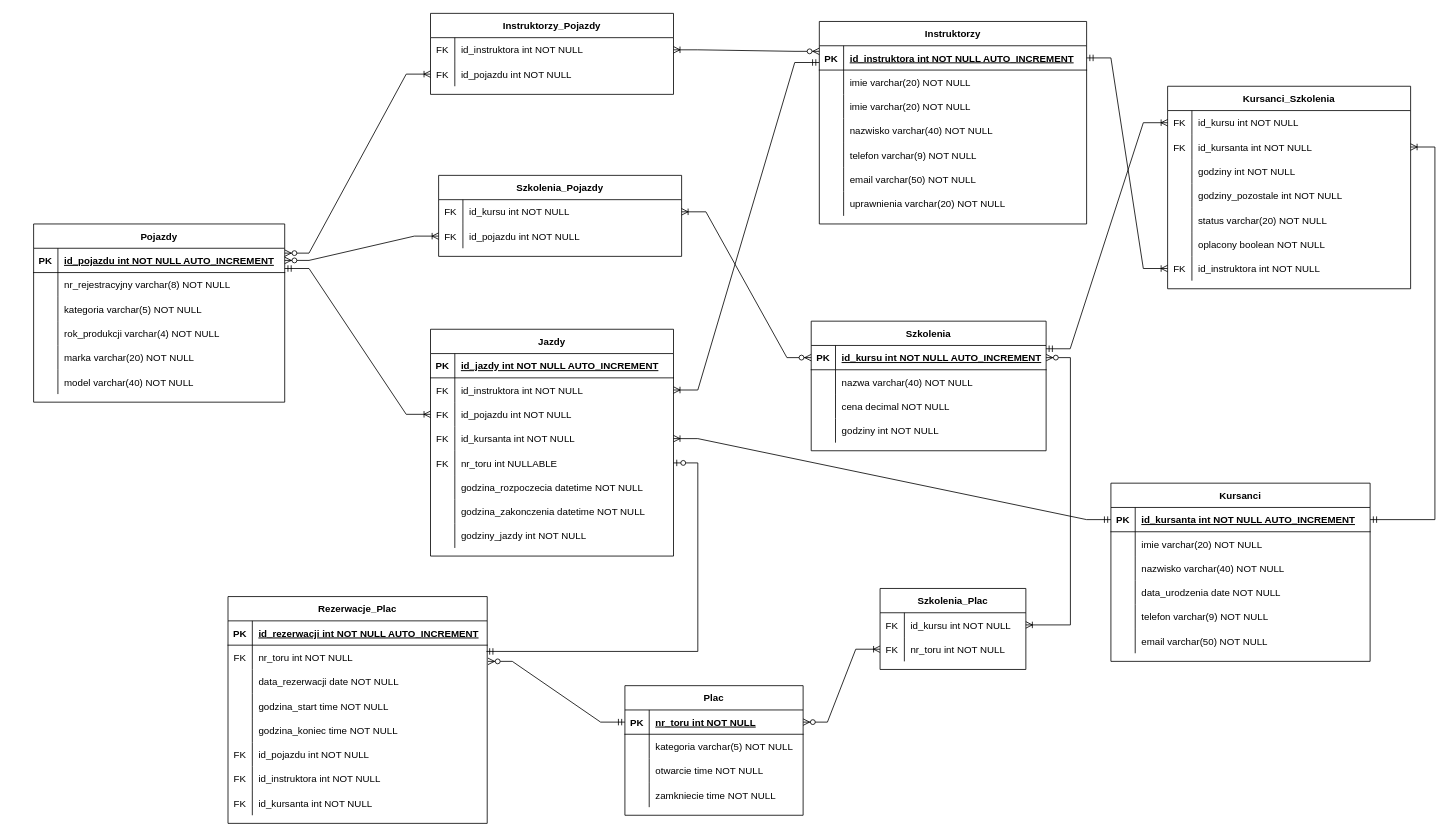
g0rzki/bd-osk keeps this draw.io diagram as OSK.drawio. Above is the earlier version. Source tidied: cells renumbered, new cells numbered last; positions are measured from the earlier drawing's top-left corner, leaving out a move shared by most shapes. Both pictures are drawn from the tidied source at 81%, with x=0, y=0 at pixel (33, 13).
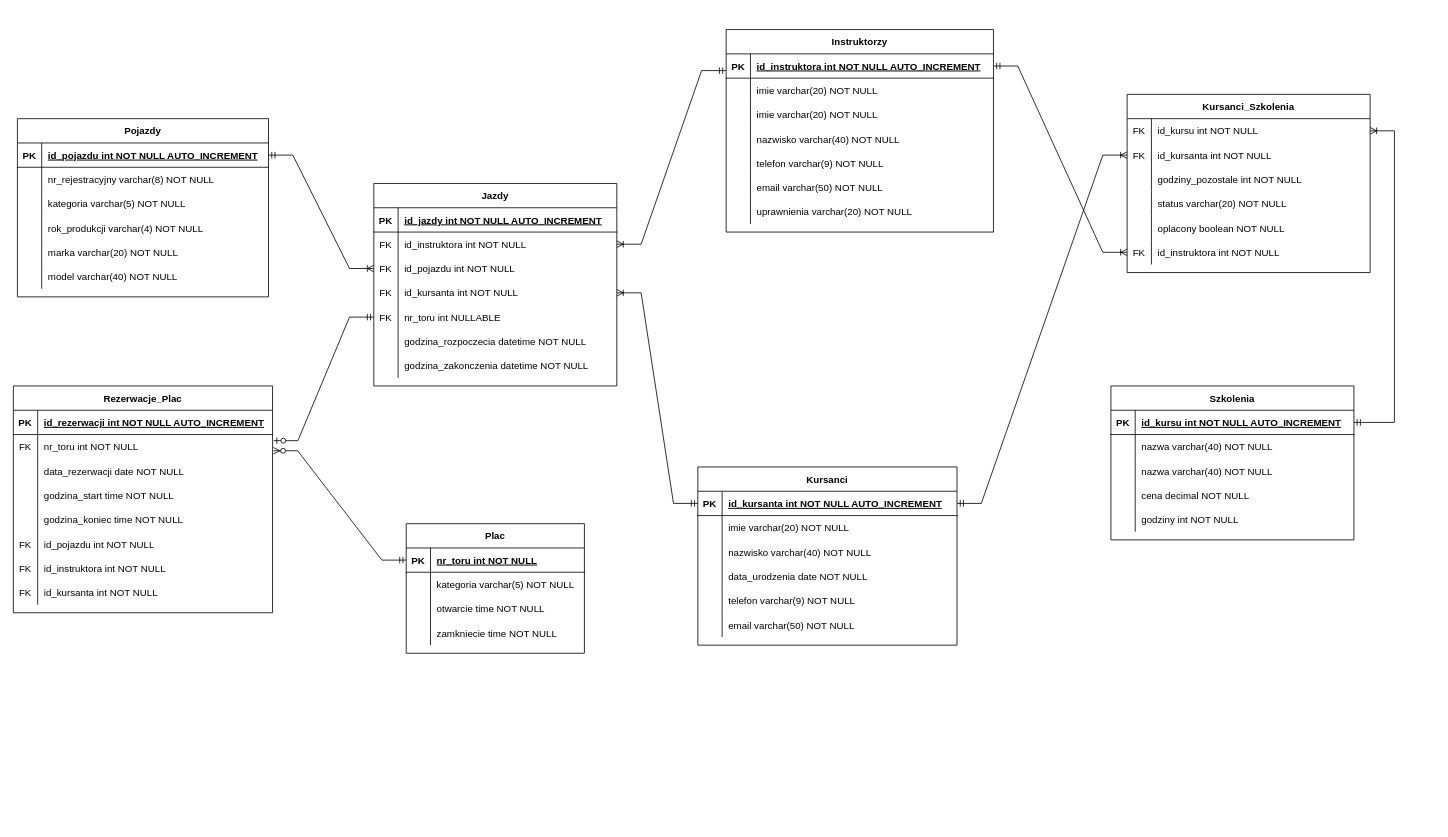
The same diagram, later.

Commit message (it also covers changes not shown here):
Poprawiony Diagram ERD

Unchanged cells that the change refers to:
```xml
<mxCell id="3" style="shape=partialRectangle;fillColor=none;points=[[0,0.5],[1,0.5]];portConstraint=eastwest;top=0;left=0;right=0;bottom=1;" parent="2" vertex="1">
  <mxGeometry y="30" width="330" height="30" as="geometry" />
</mxCell>
<mxCell id="44" style="shape=partialRectangle;fillColor=none;points=[[0,0.5],[1,0.5]];portConstraint=eastwest;top=0;left=0;right=0;bottom=1;" parent="43" vertex="1">
  <mxGeometry y="30" width="310" height="30" as="geometry" />
</mxCell>
<mxCell id="63" style="shape=partialRectangle;fillColor=none;points=[[0,0.5],[1,0.5]];portConstraint=eastwest;top=0;left=0;right=0;bottom=1;" parent="62" vertex="1">
  <mxGeometry y="30" width="220" height="30" as="geometry" />
</mxCell>
<mxCell id="89" style="shape=partialRectangle;fillColor=none;points=[[0,0.5],[1,0.5]];portConstraint=eastwest;top=0;left=0;right=0;bottom=0;" parent="88" vertex="1">
  <mxGeometry y="30" width="300" height="30" as="geometry" />
</mxCell>
<mxCell id="114" style="shape=partialRectangle;fillColor=none;points=[[0,0.5],[1,0.5]];portConstraint=eastwest;top=0;left=0;right=0;bottom=0;" parent="110" vertex="1">
  <mxGeometry y="60" width="320" height="30" as="geometry" />
</mxCell>
<mxCell id="142" style="shape=partialRectangle;fillColor=none;points=[[0,0.5],[1,0.5]];portConstraint=eastwest;top=0;left=0;right=0;bottom=0;" parent="135" vertex="1">
  <mxGeometry y="90" width="300" height="30" as="geometry" />
</mxCell>
<mxCell id="148" style="shape=partialRectangle;fillColor=none;points=[[0,0.5],[1,0.5]];portConstraint=eastwest;top=0;left=0;right=0;bottom=0;" parent="135" vertex="1">
  <mxGeometry y="150" width="300" height="30" as="geometry" />
</mxCell>
```

Change to the diagram source:
```diff
@@
     <mxCell id="2" value="Instruktorzy" style="shape=table;startSize=30;childLayout=tableLayout;rowLines=0;fontStyle=1;align=center;" parent="1" vertex="1">
-      <mxGeometry x="970" y="10" width="330" height="250" as="geometry" />
+      <mxGeometry x="855" y="20" width="330" height="250" as="geometry" />
     </mxCell>
@@
     <mxCell id="24" value="Kursanci" style="shape=table;startSize=30;childLayout=tableLayout;rowLines=0;fontStyle=1;align=center;" parent="1" vertex="1">
-      <mxGeometry x="1330" y="580" width="320" height="220" as="geometry" />
+      <mxGeometry x="820" y="560" width="320" height="220" as="geometry" />
     </mxCell>
@@
     <mxCell id="43" value="Pojazdy" style="shape=table;startSize=30;childLayout=tableLayout;rowLines=0;fontStyle=1;align=center;" parent="1" vertex="1">
-      <mxGeometry y="260" width="310" height="220" as="geometry" />
+      <mxGeometry x="-20" y="130" width="310" height="220" as="geometry" />
     </mxCell>
@@
     <mxCell id="62" value="Plac" style="shape=table;startSize=30;childLayout=tableLayout;rowLines=0;fontStyle=1;align=center;" parent="1" vertex="1">
-      <mxGeometry x="730" y="830" width="220" height="160" as="geometry" />
+      <mxGeometry x="460" y="630" width="220" height="160" as="geometry" />
     </mxCell>
@@
     <mxCell id="75" value="Szkolenia" style="shape=table;startSize=30;childLayout=tableLayout;rowLines=0;fontStyle=1;align=center;" parent="1" vertex="1">
-      <mxGeometry x="960" y="380" width="290" height="160" as="geometry" />
+      <mxGeometry x="1330" y="460" width="300" height="190" as="geometry" />
     </mxCell>
     <mxCell id="76" style="shape=partialRectangle;fillColor=none;points=[[0,0.5],[1,0.5]];portConstraint=eastwest;top=0;left=0;right=0;bottom=1;" parent="75" vertex="1">
-      <mxGeometry y="30" width="290" height="30" as="geometry" />
+      <mxGeometry y="30" width="300" height="30" as="geometry" />
     </mxCell>
@@
     <mxCell id="78" value="id_kursu int NOT NULL AUTO_INCREMENT" style="shape=partialRectangle;overflow=hidden;fillColor=none;top=0;left=0;bottom=0;right=0;align=left;spacingLeft=6;fontStyle=5;" parent="76" vertex="1">
-      <mxGeometry x="30" width="260" height="30" as="geometry" />
+      <mxGeometry x="30" width="270" height="30" as="geometry" />
     </mxCell>
     <mxCell id="79" style="shape=partialRectangle;fillColor=none;top=0;left=0;right=0;bottom=0;" parent="75" vertex="1">
-      <mxGeometry y="60" width="290" height="30" as="geometry" />
+      <mxGeometry y="60" width="300" height="30" as="geometry" />
     </mxCell>
@@
     <mxCell id="81" value="nazwa varchar(40) NOT NULL" style="shape=partialRectangle;overflow=hidden;fillColor=none;top=0;left=0;bottom=0;right=0;align=left;spacingLeft=6;" parent="79" vertex="1">
-      <mxGeometry x="30" width="260" height="30" as="geometry" />
+      <mxGeometry x="30" width="270" height="30" as="geometry" />
     </mxCell>
+    <mxCell id="95" style="shape=partialRectangle;fillColor=none;top=0;left=0;right=0;bottom=0;" parent="75" vertex="1">
+      <mxGeometry y="90" width="300" height="30" as="geometry" />
+    </mxCell>
+    <mxCell id="195" style="shape=partialRectangle;overflow=hidden;fillColor=none;top=0;left=0;bottom=0;right=0;" parent="95" vertex="1">
+      <mxGeometry width="30" height="30" as="geometry" />
+    </mxCell>
+    <mxCell id="196" value="nazwa varchar(40) NOT NULL" style="shape=partialRectangle;overflow=hidden;fillColor=none;top=0;left=0;bottom=0;right=0;align=left;spacingLeft=6;" parent="95" vertex="1">
+      <mxGeometry x="30" width="270" height="30" as="geometry" />
+    </mxCell>
     <mxCell id="82" style="shape=partialRectangle;fillColor=none;top=0;left=0;right=0;bottom=0;" parent="75" vertex="1">
-      <mxGeometry y="90" width="290" height="30" as="geometry" />
+      <mxGeometry y="120" width="300" height="30" as="geometry" />
     </mxCell>
@@
     <mxCell id="84" value="cena decimal NOT NULL" style="shape=partialRectangle;overflow=hidden;fillColor=none;top=0;left=0;bottom=0;right=0;align=left;spacingLeft=6;" parent="82" vertex="1">
-      <mxGeometry x="30" width="260" height="30" as="geometry" />
+      <mxGeometry x="30" width="270" height="30" as="geometry" />
     </mxCell>
     <mxCell id="85" style="shape=partialRectangle;fillColor=none;top=0;left=0;right=0;bottom=0;" parent="75" vertex="1">
-      <mxGeometry y="120" width="290" height="30" as="geometry" />
+      <mxGeometry y="150" width="300" height="30" as="geometry" />
     </mxCell>
@@
     <mxCell id="87" value="godziny int NOT NULL" style="shape=partialRectangle;overflow=hidden;fillColor=none;top=0;left=0;bottom=0;right=0;align=left;spacingLeft=6;" parent="85" vertex="1">
-      <mxGeometry x="30" width="260" height="30" as="geometry" />
+      <mxGeometry x="30" width="270" height="30" as="geometry" />
     </mxCell>
     <mxCell id="88" value="Kursanci_Szkolenia" style="shape=table;startSize=30;childLayout=tableLayout;rowLines=0;fontStyle=1;align=center;" parent="1" vertex="1">
-      <mxGeometry x="1400" y="90" width="300" height="250" as="geometry" />
+      <mxGeometry x="1350" y="100" width="300" height="220" as="geometry" />
     </mxCell>
@@
-    <mxCell id="95" style="shape=partialRectangle;fillColor=none;top=0;left=0;right=0;bottom=0;" parent="88" vertex="1">
-      <mxGeometry y="90" width="300" height="30" as="geometry" />
-    </mxCell>
-    <mxCell id="96" style="shape=partialRectangle;overflow=hidden;fillColor=none;top=0;left=0;bottom=0;right=0;" parent="95" vertex="1">
-      <mxGeometry width="30" height="30" as="geometry" />
-    </mxCell>
-    <mxCell id="97" value="godziny int NOT NULL" style="shape=partialRectangle;overflow=hidden;fillColor=none;top=0;left=0;bottom=0;right=0;align=left;spacingLeft=6;" parent="95" vertex="1">
-      <mxGeometry x="30" width="270" height="30" as="geometry" />
-    </mxCell>
     <mxCell id="98" style="shape=partialRectangle;fillColor=none;top=0;left=0;right=0;bottom=0;" parent="88" vertex="1">
-      <mxGeometry y="120" width="300" height="30" as="geometry" />
+      <mxGeometry y="90" width="300" height="30" as="geometry" />
     </mxCell>
@@
     <mxCell id="101" style="shape=partialRectangle;fillColor=none;top=0;left=0;right=0;bottom=0;" parent="88" vertex="1">
-      <mxGeometry y="150" width="300" height="30" as="geometry" />
+      <mxGeometry y="120" width="300" height="30" as="geometry" />
     </mxCell>
@@
     <mxCell id="104" style="shape=partialRectangle;fillColor=none;top=0;left=0;right=0;bottom=0;" parent="88" vertex="1">
-      <mxGeometry y="180" width="300" height="30" as="geometry" />
+      <mxGeometry y="150" width="300" height="30" as="geometry" />
     </mxCell>
@@
     <mxCell id="107" style="shape=partialRectangle;fillColor=none;points=[[0,0.5],[1,0.5]];portConstraint=eastwest;top=0;left=0;right=0;bottom=0;" parent="88" vertex="1">
-      <mxGeometry y="210" width="300" height="30" as="geometry" />
+      <mxGeometry y="180" width="300" height="30" as="geometry" />
     </mxCell>
@@
     <mxCell id="110" value="Rezerwacje_Plac" style="shape=table;startSize=30;childLayout=tableLayout;rowLines=0;fontStyle=1;align=center;" parent="1" vertex="1">
-      <mxGeometry x="240" y="720" width="320" height="280" as="geometry" />
+      <mxGeometry x="-25" y="460" width="320" height="280" as="geometry" />
     </mxCell>
@@
     <mxCell id="135" value="Jazdy" style="shape=table;startSize=30;childLayout=tableLayout;rowLines=0;fontStyle=1;align=center;" parent="1" vertex="1">
-      <mxGeometry x="490" y="390" width="300" height="280" as="geometry" />
+      <mxGeometry x="420" y="210" width="300" height="250" as="geometry" />
     </mxCell>
@@
-    <mxCell id="157" style="shape=partialRectangle;fillColor=none;top=0;left=0;right=0;bottom=0;" parent="135" vertex="1">
-      <mxGeometry y="240" width="300" height="30" as="geometry" />
-    </mxCell>
-    <mxCell id="158" style="shape=partialRectangle;overflow=hidden;fillColor=none;top=0;left=0;bottom=0;right=0;" parent="157" vertex="1">
-      <mxGeometry width="30" height="30" as="geometry" />
-    </mxCell>
-    <mxCell id="159" value="godziny_jazdy int NOT NULL" style="shape=partialRectangle;overflow=hidden;fillColor=none;top=0;left=0;bottom=0;right=0;align=left;spacingLeft=6;" parent="157" vertex="1">
-      <mxGeometry x="30" width="270" height="30" as="geometry" />
-    </mxCell>
@@
-    <mxCell id="162" style="edgeStyle=entityRelationEdgeStyle;fontSize=12;html=1;endArrow=ERoneToMany;startArrow=ERmandOne;rounded=0;exitX=0.999;exitY=0.136;exitDx=0;exitDy=0;exitPerimeter=0;" parent="1" edge="1" source="76" target="89">
+    <mxCell id="162" style="edgeStyle=entityRelationEdgeStyle;fontSize=12;html=1;endArrow=ERoneToMany;startArrow=ERmandOne;rounded=0;" parent="1" edge="1" source="76" target="89">
       <mxGeometry relative="1" as="geometry" />
     </mxCell>
@@
-    <mxCell id="165" style="edgeStyle=entityRelationEdgeStyle;fontSize=12;html=1;endArrow=ERoneToMany;startArrow=ERmandOne;rounded=0;exitX=1;exitY=0.25;exitDx=0;exitDy=0;" parent="1" edge="1" source="43">
-      <mxGeometry relative="1" as="geometry">
-        <mxPoint x="490" y="495" as="targetPoint" />
-      </mxGeometry>
+    <mxCell id="165" style="edgeStyle=entityRelationEdgeStyle;fontSize=12;html=1;endArrow=ERoneToMany;startArrow=ERmandOne;rounded=0;" parent="1" edge="1" source="44" target="142">
+      <mxGeometry relative="1" as="geometry" />
     </mxCell>
-    <mxCell id="166" style="edgeStyle=entityRelationEdgeStyle;fontSize=12;html=1;endArrow=ERzeroToOne;startArrow=ERmandOne;rounded=0;exitX=0.997;exitY=0.258;exitDx=0;exitDy=0;exitPerimeter=0;" parent="1" edge="1" source="114" target="148">
+    <mxCell id="166" style="edgeStyle=entityRelationEdgeStyle;fontSize=12;html=1;endArrow=ERzeroToOne;startArrow=ERmandOne;rounded=0;entryX=1.004;entryY=0.251;entryDx=0;entryDy=0;entryPerimeter=0;" parent="1" edge="1" source="148" target="114">
       <mxGeometry relative="1" as="geometry">
         <Array as="points">
           <mxPoint x="1730" y="940" />
         </Array>
       </mxGeometry>
     </mxCell>
@@
-    <mxCell id="168" value="Instruktorzy_Pojazdy" style="shape=table;startSize=30;childLayout=tableLayout;rowLines=0;fontStyle=1;align=center;" parent="1" vertex="1">
-      <mxGeometry x="490" width="300" height="100" as="geometry" />
-    </mxCell>
-    <mxCell id="169" style="shape=partialRectangle;fillColor=none;points=[[0,0.5],[1,0.5]];portConstraint=eastwest;top=0;left=0;right=0;bottom=0;" parent="168" vertex="1">
-      <mxGeometry y="30" width="300" height="30" as="geometry" />
-    </mxCell>
-    <mxCell id="170" value="FK" style="shape=partialRectangle;overflow=hidden;fillColor=none;top=0;left=0;bottom=0;right=0;" parent="169" vertex="1">
-      <mxGeometry width="30" height="30" as="geometry" />
-    </mxCell>
-    <mxCell id="171" value="id_instruktora int NOT NULL" style="shape=partialRectangle;overflow=hidden;fillColor=none;top=0;left=0;bottom=0;right=0;align=left;spacingLeft=6;" parent="169" vertex="1">
-      <mxGeometry x="30" width="270" height="30" as="geometry" />
-    </mxCell>
-    <mxCell id="172" style="shape=partialRectangle;fillColor=none;points=[[0,0.5],[1,0.5]];portConstraint=eastwest;top=0;left=0;right=0;bottom=0;" parent="168" vertex="1">
-      <mxGeometry y="60" width="300" height="30" as="geometry" />
-    </mxCell>
-    <mxCell id="173" value="FK" style="shape=partialRectangle;overflow=hidden;fillColor=none;top=0;left=0;bottom=0;right=0;" parent="172" vertex="1">
-      <mxGeometry width="30" height="30" as="geometry" />
-    </mxCell>
-    <mxCell id="174" value="id_pojazdu int NOT NULL" style="shape=partialRectangle;overflow=hidden;fillColor=none;top=0;left=0;bottom=0;right=0;align=left;spacingLeft=6;" parent="172" vertex="1">
-      <mxGeometry x="30" width="270" height="30" as="geometry" />
-    </mxCell>
-    <mxCell id="175" value="Szkolenia_Pojazdy" style="shape=table;startSize=30;childLayout=tableLayout;rowLines=0;fontStyle=1;align=center;" parent="1" vertex="1">
-      <mxGeometry x="500" y="200" width="300" height="100" as="geometry" />
-    </mxCell>
-    <mxCell id="176" style="shape=partialRectangle;fillColor=none;points=[[0,0.5],[1,0.5]];portConstraint=eastwest;top=0;left=0;right=0;bottom=0;" parent="175" vertex="1">
-      <mxGeometry y="30" width="300" height="30" as="geometry" />
-    </mxCell>
-    <mxCell id="177" value="FK" style="shape=partialRectangle;overflow=hidden;fillColor=none;top=0;left=0;bottom=0;right=0;" parent="176" vertex="1">
-      <mxGeometry width="30" height="30" as="geometry" />
-    </mxCell>
-    <mxCell id="178" value="id_kursu int NOT NULL" style="shape=partialRectangle;overflow=hidden;fillColor=none;top=0;left=0;bottom=0;right=0;align=left;spacingLeft=6;" parent="176" vertex="1">
-      <mxGeometry x="30" width="270" height="30" as="geometry" />
-    </mxCell>
-    <mxCell id="179" style="shape=partialRectangle;fillColor=none;points=[[0,0.5],[1,0.5]];portConstraint=eastwest;top=0;left=0;right=0;bottom=0;" parent="175" vertex="1">
-      <mxGeometry y="60" width="300" height="30" as="geometry" />
-    </mxCell>
-    <mxCell id="180" value="FK" style="shape=partialRectangle;overflow=hidden;fillColor=none;top=0;left=0;bottom=0;right=0;" parent="179" vertex="1">
-      <mxGeometry width="30" height="30" as="geometry" />
-    </mxCell>
-    <mxCell id="181" value="id_pojazdu int NOT NULL" style="shape=partialRectangle;overflow=hidden;fillColor=none;top=0;left=0;bottom=0;right=0;align=left;spacingLeft=6;" parent="179" vertex="1">
-      <mxGeometry x="30" width="270" height="30" as="geometry" />
-    </mxCell>
-    <mxCell id="182" value="Szkolenia_Plac" style="shape=table;startSize=30;childLayout=tableLayout;rowLines=0;fontStyle=1;align=center;" parent="1" vertex="1">
-      <mxGeometry x="1045" y="710" width="180" height="100" as="geometry" />
-    </mxCell>
-    <mxCell id="183" style="shape=partialRectangle;fillColor=none;points=[[0,0.5],[1,0.5]];portConstraint=eastwest;top=0;left=0;right=0;bottom=0;" parent="182" vertex="1">
-      <mxGeometry y="30" width="180" height="30" as="geometry" />
-    </mxCell>
-    <mxCell id="184" value="FK" style="shape=partialRectangle;overflow=hidden;fillColor=none;top=0;left=0;bottom=0;right=0;" parent="183" vertex="1">
-      <mxGeometry width="30" height="30" as="geometry" />
-    </mxCell>
-    <mxCell id="185" value="id_kursu int NOT NULL" style="shape=partialRectangle;overflow=hidden;fillColor=none;top=0;left=0;bottom=0;right=0;align=left;spacingLeft=6;" parent="183" vertex="1">
-      <mxGeometry x="30" width="150" height="30" as="geometry" />
-    </mxCell>
-    <mxCell id="186" style="shape=partialRectangle;fillColor=none;points=[[0,0.5],[1,0.5]];portConstraint=eastwest;top=0;left=0;right=0;bottom=0;" parent="182" vertex="1">
-      <mxGeometry y="60" width="180" height="30" as="geometry" />
-    </mxCell>
-    <mxCell id="187" value="FK" style="shape=partialRectangle;overflow=hidden;fillColor=none;top=0;left=0;bottom=0;right=0;" parent="186" vertex="1">
-      <mxGeometry width="30" height="30" as="geometry" />
-    </mxCell>
-    <mxCell id="188" value="nr_toru int NOT NULL" style="shape=partialRectangle;overflow=hidden;fillColor=none;top=0;left=0;bottom=0;right=0;align=left;spacingLeft=6;" parent="186" vertex="1">
-      <mxGeometry x="30" width="150" height="30" as="geometry" />
-    </mxCell>
-    <mxCell id="189" style="edgeStyle=entityRelationEdgeStyle;fontSize=12;html=1;endArrow=ERoneToMany;startArrow=ERzeroToMany;rounded=0;exitX=0;exitY=0.229;exitDx=0;exitDy=0;exitPerimeter=0;" parent="1" edge="1" source="3" target="169">
-      <mxGeometry relative="1" as="geometry">
-        <Array as="points">
-          <mxPoint x="870" y="65" />
-        </Array>
-      </mxGeometry>
-    </mxCell>
-    <mxCell id="190" style="edgeStyle=entityRelationEdgeStyle;fontSize=12;html=1;endArrow=ERoneToMany;startArrow=ERzeroToMany;rounded=0;" parent="1" edge="1" target="172">
-      <mxGeometry relative="1" as="geometry">
-        <mxPoint x="310" y="296" as="sourcePoint" />
-      </mxGeometry>
-    </mxCell>
-    <mxCell id="191" style="edgeStyle=entityRelationEdgeStyle;fontSize=12;html=1;endArrow=ERoneToMany;startArrow=ERzeroToMany;rounded=0;" parent="1" edge="1" source="76" target="176">
-      <mxGeometry relative="1" as="geometry" />
-    </mxCell>
-    <mxCell id="192" style="edgeStyle=entityRelationEdgeStyle;fontSize=12;html=1;endArrow=ERoneToMany;startArrow=ERzeroToMany;rounded=0;" parent="1" edge="1" source="44" target="179">
-      <mxGeometry relative="1" as="geometry" />
-    </mxCell>
-    <mxCell id="193" style="edgeStyle=entityRelationEdgeStyle;fontSize=12;html=1;endArrow=ERoneToMany;startArrow=ERzeroToMany;rounded=0;" parent="1" edge="1" source="76" target="183">
-      <mxGeometry relative="1" as="geometry">
-        <Array as="points">
-          <mxPoint x="940" y="660" />
-        </Array>
-      </mxGeometry>
-    </mxCell>
-    <mxCell id="194" style="edgeStyle=entityRelationEdgeStyle;fontSize=12;html=1;endArrow=ERoneToMany;startArrow=ERzeroToMany;rounded=0;" parent="1" edge="1" source="63" target="186">
-      <mxGeometry relative="1" as="geometry" />
-    </mxCell>
```
